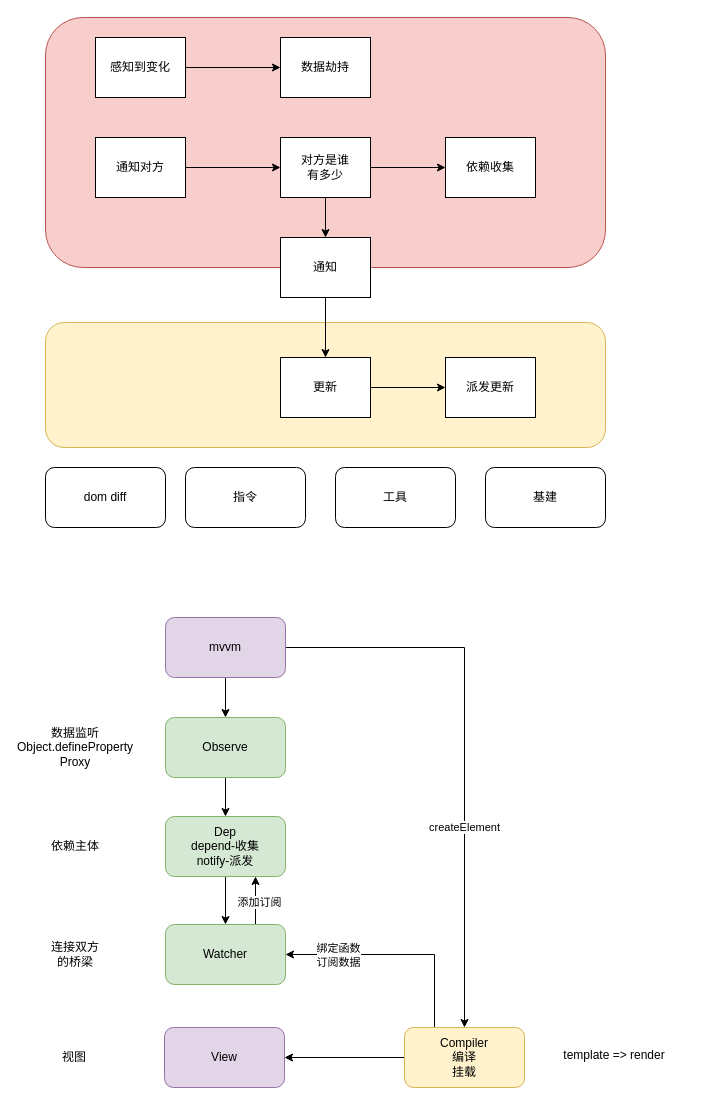
This is vue源码.drawio from 1061313113/DrawIO, a draw.io file, before an edit. Source tidied: cells renumbered, new cells numbered last; positions are measured from the earlier drawing's top-left corner, leaving out a move shared by most shapes. Both pictures are drawn from the tidied source at 100%, with x=0, y=0 at pixel (44, 17).
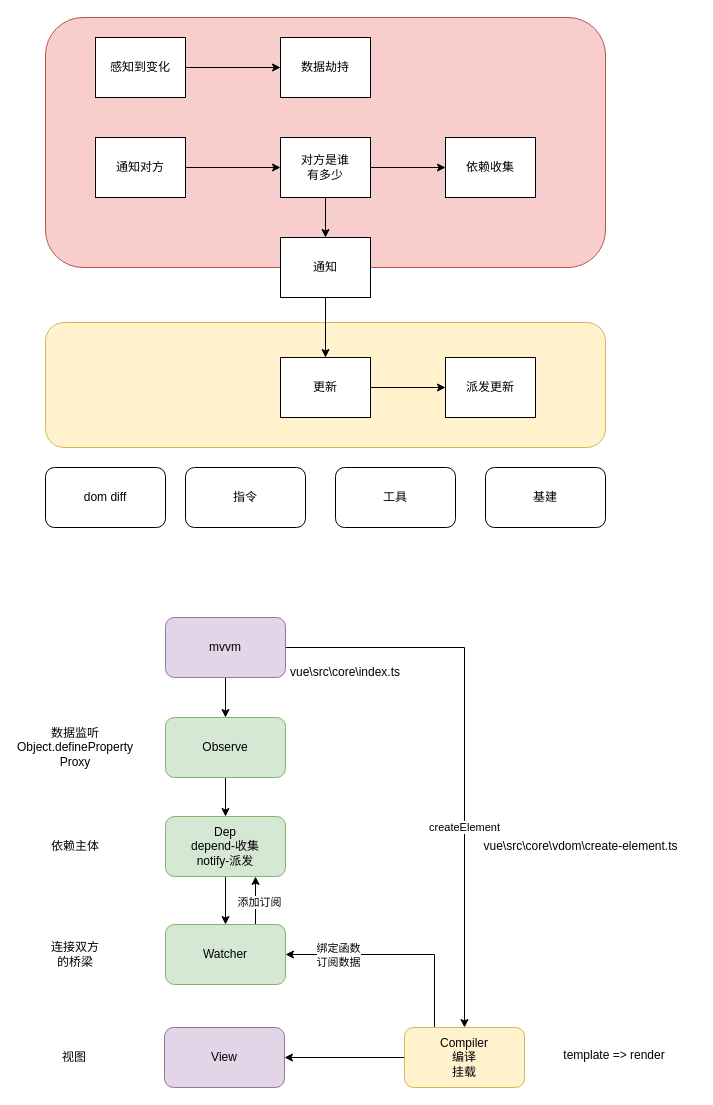
Above is the later version.

Diff of the diagram source:
```diff
@@
+    <mxCell id="43" value="vue\src\core\index.ts" style="text;html=1;whiteSpace=wrap;strokeColor=none;fillColor=none;align=center;verticalAlign=middle;rounded=0;" parent="1" vertex="1">
+      <mxGeometry x="271" y="640" width="60" height="30" as="geometry" />
+    </mxCell>
+    <mxCell id="44" value="vue\src\core\vdom\create-element.ts" style="text;html=1;whiteSpace=wrap;strokeColor=none;fillColor=none;align=center;verticalAlign=middle;rounded=0;" parent="1" vertex="1">
+      <mxGeometry x="421" y="819" width="231" height="20" as="geometry" />
+    </mxCell>
```
